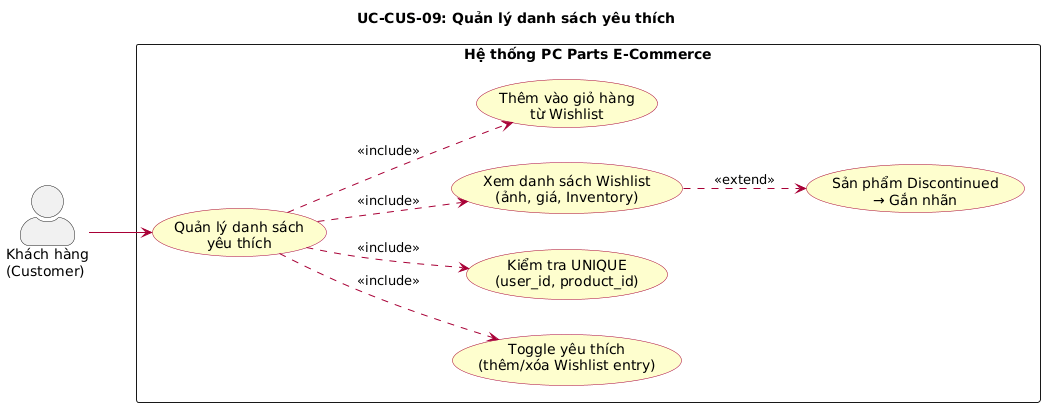
Before: docs/diagrams/images/uc_CUS09_wishlist.png, a diagram exported from PlantUML (huuhieu56/PC-Parts-ECommerce).
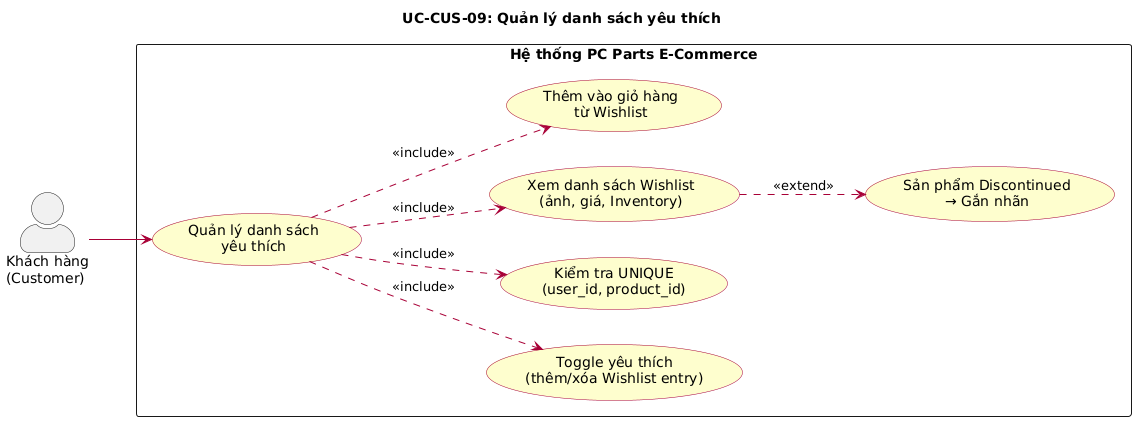
After the commit.

What changed in the source:
```diff
@@ -1,4 +1,4 @@
-@startuml
+@startuml uc_CUS09_wishlist
 left to right direction
 skinparam actorStyle awesome
 skinparam packageStyle rectangle
@@ -28,4 +28,5 @@
 UC_WISHLIST ..> UC_VIEW : <<include>>
 UC_WISHLIST ..> UC_ADD_CART : <<include>>
 UC_VIEW ..> UC_ERR_DISC : <<extend>>
+
 @enduml
```
